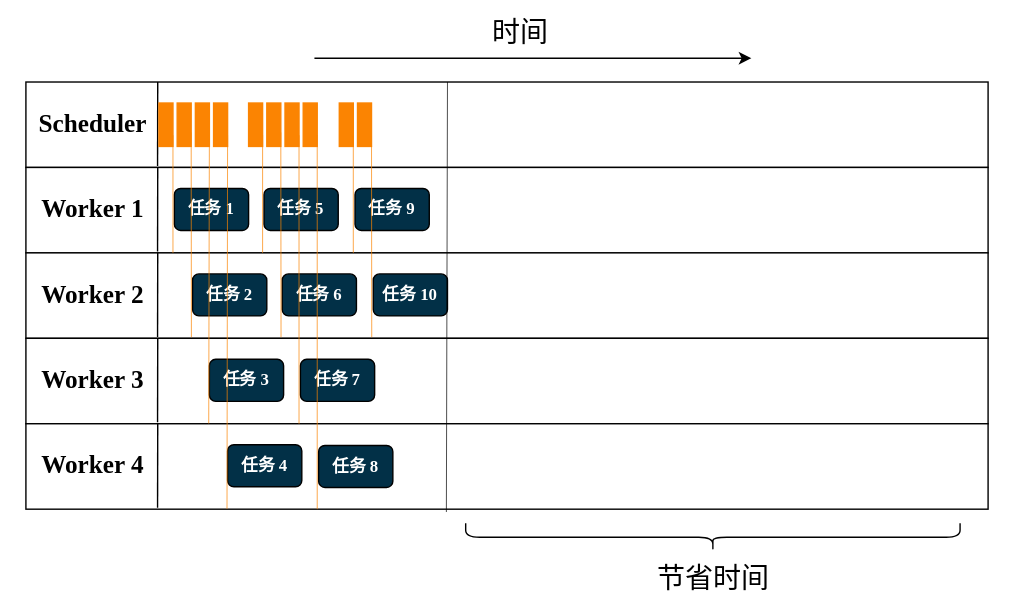
Earlier version of the draw.io export img/ch-intro/distributed-timeline.svg (godaai/scale-py-zh). Source tidied: cells renumbered, new cells last; positions are measured from the earlier drawing's top-left corner, leaving out a move shared by most shapes.
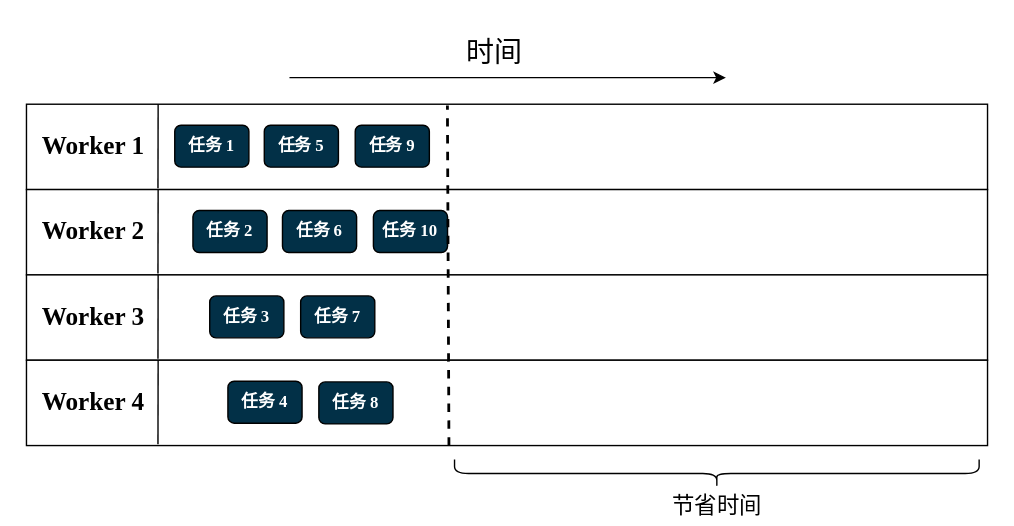
After the commit.

Change to the diagram source:
```diff
@@ -3,19 +3,8 @@
     <mxCell id="0" />
     <mxCell id="1" parent="0" />
     <mxCell id="2" style="rounded=0;whiteSpace=wrap;html=1;strokeColor=none;fillColor=none;" parent="1" vertex="1">
-      <mxGeometry x="-0.5" width="724" height="429" as="geometry" />
+      <mxGeometry y="45" width="724" height="340" as="geometry" />
     </mxCell>
-    <mxCell id="3" style="rounded=0;whiteSpace=wrap;html=1;" parent="1" vertex="1">
-      <mxGeometry x="18" y="58" width="687" height="61" as="geometry" />
-    </mxCell>
-    <mxCell id="4" value="&lt;font style=&quot;font-size: 18px;&quot; face=&quot;Times New Roman&quot;&gt;&lt;b&gt;Scheduler&lt;/b&gt;&lt;br&gt;&lt;/font&gt;" style="text;html=1;strokeColor=none;fillColor=none;align=center;verticalAlign=middle;whiteSpace=wrap;rounded=0;" parent="1" vertex="1">
-      <mxGeometry x="15" y="73" width="102" height="30" as="geometry" />
-    </mxCell>
-    <mxCell id="5" style="endArrow=none;html=1;rounded=0;entryX=0.137;entryY=0;entryDx=0;entryDy=0;entryPerimeter=0;" parent="1" edge="1" target="3">
-      <mxGeometry relative="1" as="geometry">
-        <mxPoint x="112" y="118" as="sourcePoint" />
-      </mxGeometry>
-    </mxCell>
     <mxCell id="6" style="rounded=0;whiteSpace=wrap;html=1;" parent="1" vertex="1">
       <mxGeometry x="18" y="119" width="687" height="61" as="geometry" />
     </mxCell>
@@ -27,13 +16,13 @@
         <mxPoint x="112" y="179" as="sourcePoint" />
       </mxGeometry>
     </mxCell>
-    <mxCell id="9" value="&lt;b style=&quot;border-color: var(--border-color); color: rgb(255, 255, 255); font-family: &amp;quot;Times New Roman&amp;quot;;&quot;&gt;任务&lt;/b&gt;&lt;font color=&quot;#ffffff&quot; face=&quot;Times New Roman&quot;&gt;&lt;b&gt;&amp;nbsp;1&lt;/b&gt;&lt;/font&gt;" style="rounded=1;whiteSpace=wrap;html=1;fillColor=#023047;" parent="1" vertex="1">
+    <mxCell id="9" value="&lt;font color=&quot;#ffffff&quot; face=&quot;Times New Roman&quot;&gt;&lt;b&gt;任务 1&lt;/b&gt;&lt;/font&gt;" style="rounded=1;whiteSpace=wrap;html=1;fillColor=#023047;" parent="1" vertex="1">
       <mxGeometry x="124" y="134" width="53" height="30" as="geometry" />
     </mxCell>
-    <mxCell id="10" value="&lt;b style=&quot;border-color: var(--border-color); color: rgb(255, 255, 255); font-family: &amp;quot;Times New Roman&amp;quot;;&quot;&gt;任务&lt;/b&gt;&lt;font color=&quot;#ffffff&quot; face=&quot;Times New Roman&quot;&gt;&lt;b&gt;&amp;nbsp;5&lt;/b&gt;&lt;/font&gt;" style="rounded=1;whiteSpace=wrap;html=1;fillColor=#023047;" parent="1" vertex="1">
+    <mxCell id="10" value="&lt;font color=&quot;#ffffff&quot; face=&quot;Times New Roman&quot;&gt;&lt;b&gt;任务 5&lt;/b&gt;&lt;/font&gt;" style="rounded=1;whiteSpace=wrap;html=1;fillColor=#023047;" parent="1" vertex="1">
       <mxGeometry x="188" y="134" width="53" height="30" as="geometry" />
     </mxCell>
-    <mxCell id="11" value="&lt;b style=&quot;border-color: var(--border-color); color: rgb(255, 255, 255); font-family: &amp;quot;Times New Roman&amp;quot;;&quot;&gt;任务&lt;/b&gt;&lt;font color=&quot;#ffffff&quot; face=&quot;Times New Roman&quot;&gt;&lt;b&gt;&amp;nbsp;9&lt;br&gt;&lt;/b&gt;&lt;/font&gt;" style="rounded=1;whiteSpace=wrap;html=1;fillColor=#023047;" parent="1" vertex="1">
+    <mxCell id="11" value="&lt;font color=&quot;#ffffff&quot; face=&quot;Times New Roman&quot;&gt;&lt;b&gt;任务 9&lt;br&gt;&lt;/b&gt;&lt;/font&gt;" style="rounded=1;whiteSpace=wrap;html=1;fillColor=#023047;" parent="1" vertex="1">
       <mxGeometry x="253" y="134" width="53" height="30" as="geometry" />
     </mxCell>
     <mxCell id="12" style="rounded=0;whiteSpace=wrap;html=1;" parent="1" vertex="1">
@@ -47,13 +36,13 @@
         <mxPoint x="112" y="240" as="sourcePoint" />
       </mxGeometry>
     </mxCell>
-    <mxCell id="15" value="&lt;b style=&quot;border-color: var(--border-color); color: rgb(255, 255, 255); font-family: &amp;quot;Times New Roman&amp;quot;;&quot;&gt;任务&lt;/b&gt;&lt;font color=&quot;#ffffff&quot; face=&quot;Times New Roman&quot;&gt;&lt;b&gt;&amp;nbsp;2&lt;/b&gt;&lt;/font&gt;" style="rounded=1;whiteSpace=wrap;html=1;fillColor=#023047;" parent="1" vertex="1">
+    <mxCell id="15" value="&lt;font color=&quot;#ffffff&quot; face=&quot;Times New Roman&quot;&gt;&lt;b&gt;任务 2&lt;/b&gt;&lt;/font&gt;" style="rounded=1;whiteSpace=wrap;html=1;fillColor=#023047;" parent="1" vertex="1">
       <mxGeometry x="137" y="195" width="53" height="30" as="geometry" />
     </mxCell>
-    <mxCell id="16" value="&lt;b style=&quot;border-color: var(--border-color); color: rgb(255, 255, 255); font-family: &amp;quot;Times New Roman&amp;quot;;&quot;&gt;任务&lt;/b&gt;&lt;font color=&quot;#ffffff&quot; face=&quot;Times New Roman&quot;&gt;&lt;b&gt;&amp;nbsp;6&lt;/b&gt;&lt;/font&gt;" style="rounded=1;whiteSpace=wrap;html=1;fillColor=#023047;" parent="1" vertex="1">
+    <mxCell id="16" value="&lt;font color=&quot;#ffffff&quot; face=&quot;Times New Roman&quot;&gt;&lt;b&gt;任务 6&lt;/b&gt;&lt;/font&gt;" style="rounded=1;whiteSpace=wrap;html=1;fillColor=#023047;" parent="1" vertex="1">
       <mxGeometry x="201" y="195" width="53" height="30" as="geometry" />
     </mxCell>
-    <mxCell id="17" value="&lt;b style=&quot;border-color: var(--border-color); color: rgb(255, 255, 255); font-family: &amp;quot;Times New Roman&amp;quot;;&quot;&gt;任务&lt;/b&gt;&lt;font color=&quot;#ffffff&quot; face=&quot;Times New Roman&quot;&gt;&lt;b&gt;&amp;nbsp;10&lt;br&gt;&lt;/b&gt;&lt;/font&gt;" style="rounded=1;whiteSpace=wrap;html=1;fillColor=#023047;" parent="1" vertex="1">
+    <mxCell id="17" value="&lt;font color=&quot;#ffffff&quot; face=&quot;Times New Roman&quot;&gt;&lt;b&gt;任务 10&lt;br&gt;&lt;/b&gt;&lt;/font&gt;" style="rounded=1;whiteSpace=wrap;html=1;fillColor=#023047;" parent="1" vertex="1">
       <mxGeometry x="266" y="195" width="53" height="30" as="geometry" />
     </mxCell>
     <mxCell id="18" style="rounded=0;whiteSpace=wrap;html=1;" parent="1" vertex="1">
@@ -67,10 +56,10 @@
         <mxPoint x="112" y="301" as="sourcePoint" />
       </mxGeometry>
     </mxCell>
-    <mxCell id="21" value="&lt;b style=&quot;border-color: var(--border-color); color: rgb(255, 255, 255); font-family: &amp;quot;Times New Roman&amp;quot;;&quot;&gt;任务&lt;/b&gt;&lt;font color=&quot;#ffffff&quot; face=&quot;Times New Roman&quot;&gt;&lt;b&gt;&amp;nbsp;3&lt;/b&gt;&lt;/font&gt;" style="rounded=1;whiteSpace=wrap;html=1;fillColor=#023047;" parent="1" vertex="1">
+    <mxCell id="21" value="&lt;font color=&quot;#ffffff&quot; face=&quot;Times New Roman&quot;&gt;&lt;b&gt;任务 3&lt;/b&gt;&lt;/font&gt;" style="rounded=1;whiteSpace=wrap;html=1;fillColor=#023047;" parent="1" vertex="1">
       <mxGeometry x="149" y="256" width="53" height="30" as="geometry" />
     </mxCell>
-    <mxCell id="22" value="&lt;b style=&quot;border-color: var(--border-color); color: rgb(255, 255, 255); font-family: &amp;quot;Times New Roman&amp;quot;;&quot;&gt;任务&lt;/b&gt;&lt;font color=&quot;#ffffff&quot; face=&quot;Times New Roman&quot;&gt;&lt;b&gt;&amp;nbsp;7&lt;/b&gt;&lt;/font&gt;" style="rounded=1;whiteSpace=wrap;html=1;fillColor=#023047;" parent="1" vertex="1">
+    <mxCell id="22" value="&lt;font color=&quot;#ffffff&quot; face=&quot;Times New Roman&quot;&gt;&lt;b&gt;任务 7&lt;/b&gt;&lt;/font&gt;" style="rounded=1;whiteSpace=wrap;html=1;fillColor=#023047;" parent="1" vertex="1">
       <mxGeometry x="214" y="256" width="53" height="30" as="geometry" />
     </mxCell>
     <mxCell id="23" style="rounded=0;whiteSpace=wrap;html=1;" parent="1" vertex="1">
@@ -84,120 +73,31 @@
         <mxPoint x="112" y="362" as="sourcePoint" />
       </mxGeometry>
     </mxCell>
-    <mxCell id="26" value="&lt;b style=&quot;border-color: var(--border-color); color: rgb(255, 255, 255); font-family: &amp;quot;Times New Roman&amp;quot;;&quot;&gt;任务&lt;/b&gt;&lt;font color=&quot;#ffffff&quot; face=&quot;Times New Roman&quot;&gt;&lt;b&gt;&amp;nbsp;4&lt;/b&gt;&lt;/font&gt;" style="rounded=1;whiteSpace=wrap;html=1;fillColor=#023047;" parent="1" vertex="1">
+    <mxCell id="26" value="&lt;font color=&quot;#ffffff&quot; face=&quot;Times New Roman&quot;&gt;&lt;b&gt;任务 4&lt;/b&gt;&lt;/font&gt;" style="rounded=1;whiteSpace=wrap;html=1;fillColor=#023047;" parent="1" vertex="1">
       <mxGeometry x="162" y="317" width="53" height="30" as="geometry" />
     </mxCell>
-    <mxCell id="27" value="&lt;b style=&quot;border-color: var(--border-color); color: rgb(255, 255, 255); font-family: &amp;quot;Times New Roman&amp;quot;;&quot;&gt;任务&lt;/b&gt;&lt;font color=&quot;#ffffff&quot; face=&quot;Times New Roman&quot;&gt;&lt;b&gt;&amp;nbsp;8&lt;/b&gt;&lt;/font&gt;" style="rounded=1;whiteSpace=wrap;html=1;fillColor=#023047;" parent="1" vertex="1">
+    <mxCell id="27" value="&lt;font color=&quot;#ffffff&quot; face=&quot;Times New Roman&quot;&gt;&lt;b&gt;任务 8&lt;/b&gt;&lt;/font&gt;" style="rounded=1;whiteSpace=wrap;html=1;fillColor=#023047;" parent="1" vertex="1">
       <mxGeometry x="227" y="317.5" width="53" height="30" as="geometry" />
     </mxCell>
-    <mxCell id="28" style="rounded=0;whiteSpace=wrap;html=1;fillColor=#FB8402;strokeColor=#FB8402;" parent="1" vertex="1">
-      <mxGeometry x="113" y="73" width="10" height="31" as="geometry" />
-    </mxCell>
-    <mxCell id="29" style="endArrow=none;html=1;rounded=0;strokeColor=#FB8402;strokeWidth=0.5;" parent="1" edge="1">
-      <mxGeometry relative="1" as="geometry">
-        <mxPoint x="123" y="180" as="sourcePoint" />
-        <mxPoint x="123" y="96" as="targetPoint" />
-      </mxGeometry>
-    </mxCell>
-    <mxCell id="30" style="rounded=0;whiteSpace=wrap;html=1;fillColor=#FB8402;strokeColor=#FB8402;" parent="1" vertex="1">
-      <mxGeometry x="126" y="73" width="10" height="31" as="geometry" />
-    </mxCell>
-    <mxCell id="31" style="endArrow=none;html=1;rounded=0;strokeColor=#FB8402;strokeWidth=0.5;exitX=0.172;exitY=1.02;exitDx=0;exitDy=0;exitPerimeter=0;" parent="1" edge="1">
-      <mxGeometry relative="1" as="geometry">
-        <mxPoint x="136.2" y="240.2" as="sourcePoint" />
-        <mxPoint x="136" y="94" as="targetPoint" />
-      </mxGeometry>
-    </mxCell>
-    <mxCell id="32" style="rounded=0;whiteSpace=wrap;html=1;fillColor=#FB8402;strokeColor=#FB8402;" parent="1" vertex="1">
-      <mxGeometry x="139" y="73" width="10" height="31" as="geometry" />
-    </mxCell>
-    <mxCell id="33" style="endArrow=none;html=1;rounded=0;strokeColor=#FB8402;strokeWidth=0.5;exitX=0.19;exitY=0.997;exitDx=0;exitDy=0;exitPerimeter=0;" parent="1" edge="1" source="18">
-      <mxGeometry relative="1" as="geometry">
-        <mxPoint x="149" y="96" as="targetPoint" />
-      </mxGeometry>
-    </mxCell>
-    <mxCell id="34" style="rounded=0;whiteSpace=wrap;html=1;fillColor=#FB8402;strokeColor=#FB8402;" parent="1" vertex="1">
-      <mxGeometry x="152" y="73" width="10" height="31" as="geometry" />
-    </mxCell>
-    <mxCell id="35" style="endArrow=none;html=1;rounded=0;strokeColor=#FB8402;strokeWidth=0.5;exitX=0.209;exitY=0.996;exitDx=0;exitDy=0;exitPerimeter=0;" parent="1" edge="1" source="23">
-      <mxGeometry relative="1" as="geometry">
-        <mxPoint x="162" y="96" as="targetPoint" />
-      </mxGeometry>
-    </mxCell>
-    <mxCell id="36" style="rounded=0;whiteSpace=wrap;html=1;fillColor=#FB8402;strokeColor=#FB8402;" parent="1" vertex="1">
-      <mxGeometry x="177" y="73" width="10" height="31" as="geometry" />
-    </mxCell>
-    <mxCell id="37" style="endArrow=none;html=1;rounded=0;strokeColor=#FB8402;strokeWidth=0.5;" parent="1" edge="1">
-      <mxGeometry relative="1" as="geometry">
-        <mxPoint x="187" y="180" as="sourcePoint" />
-        <mxPoint x="187" y="96" as="targetPoint" />
-      </mxGeometry>
-    </mxCell>
-    <mxCell id="38" style="rounded=0;whiteSpace=wrap;html=1;fillColor=#FB8402;strokeColor=#FB8402;" parent="1" vertex="1">
-      <mxGeometry x="190" y="73" width="10" height="31" as="geometry" />
-    </mxCell>
-    <mxCell id="39" style="endArrow=none;html=1;rounded=0;strokeColor=#FB8402;strokeWidth=0.5;exitX=0.172;exitY=1.02;exitDx=0;exitDy=0;exitPerimeter=0;" parent="1" edge="1">
-      <mxGeometry relative="1" as="geometry">
-        <mxPoint x="200.2" y="240.2" as="sourcePoint" />
-        <mxPoint x="200" y="94" as="targetPoint" />
-      </mxGeometry>
-    </mxCell>
-    <mxCell id="40" style="rounded=0;whiteSpace=wrap;html=1;fillColor=#FB8402;strokeColor=#FB8402;" parent="1" vertex="1">
-      <mxGeometry x="203" y="73" width="10" height="31" as="geometry" />
-    </mxCell>
-    <mxCell id="41" style="endArrow=none;html=1;rounded=0;strokeColor=#FB8402;strokeWidth=0.5;exitX=0.19;exitY=0.997;exitDx=0;exitDy=0;exitPerimeter=0;" parent="1" edge="1">
-      <mxGeometry relative="1" as="geometry">
-        <mxPoint x="213" y="302" as="sourcePoint" />
-        <mxPoint x="213" y="96" as="targetPoint" />
-      </mxGeometry>
-    </mxCell>
-    <mxCell id="42" style="rounded=0;whiteSpace=wrap;html=1;fillColor=#FB8402;strokeColor=#FB8402;" parent="1" vertex="1">
-      <mxGeometry x="216" y="73" width="10" height="31" as="geometry" />
-    </mxCell>
-    <mxCell id="43" style="endArrow=none;html=1;rounded=0;strokeColor=#FB8402;strokeWidth=0.5;exitX=0.209;exitY=0.996;exitDx=0;exitDy=0;exitPerimeter=0;" parent="1" edge="1">
-      <mxGeometry relative="1" as="geometry">
-        <mxPoint x="226" y="363" as="sourcePoint" />
-        <mxPoint x="226" y="96" as="targetPoint" />
-      </mxGeometry>
-    </mxCell>
-    <mxCell id="44" style="rounded=0;whiteSpace=wrap;html=1;fillColor=#FB8402;strokeColor=#FB8402;" parent="1" vertex="1">
-      <mxGeometry x="241.8" y="73" width="10" height="31" as="geometry" />
-    </mxCell>
-    <mxCell id="45" style="endArrow=none;html=1;rounded=0;strokeColor=#FB8402;strokeWidth=0.5;" parent="1" edge="1">
-      <mxGeometry relative="1" as="geometry">
-        <mxPoint x="251.8" y="180" as="sourcePoint" />
-        <mxPoint x="251.8" y="96" as="targetPoint" />
-      </mxGeometry>
-    </mxCell>
-    <mxCell id="46" style="rounded=0;whiteSpace=wrap;html=1;fillColor=#FB8402;strokeColor=#FB8402;" parent="1" vertex="1">
-      <mxGeometry x="254.8" y="73" width="10" height="31" as="geometry" />
-    </mxCell>
-    <mxCell id="47" style="endArrow=none;html=1;rounded=0;strokeColor=#FB8402;strokeWidth=0.5;exitX=0.172;exitY=1.02;exitDx=0;exitDy=0;exitPerimeter=0;" parent="1" edge="1">
-      <mxGeometry relative="1" as="geometry">
-        <mxPoint x="264.9" y="240.2" as="sourcePoint" />
-        <mxPoint x="264.8" y="94" as="targetPoint" />
-      </mxGeometry>
-    </mxCell>
     <mxCell id="48" value="时间" style="text;html=1;strokeColor=none;fillColor=none;align=center;verticalAlign=middle;whiteSpace=wrap;rounded=0;fontFamily=Times New Roman;fontSize=20;horizontal=1;" parent="1" vertex="1">
-      <mxGeometry x="341" y="7" width="60" height="30" as="geometry" />
+      <mxGeometry x="323" y="66" width="60" height="30" as="geometry" />
     </mxCell>
-    <mxCell id="49" style="endArrow=classic;html=1;rounded=0;fontSize=24;fontFamily=Times New Roman;" parent="1" edge="1">
-      <mxGeometry relative="1" as="geometry">
-        <mxPoint x="224" y="41" as="sourcePoint" />
-        <mxPoint x="536" y="41" as="targetPoint" />
-      </mxGeometry>
-    </mxCell>
-    <mxCell id="50" style="endArrow=none;html=1;rounded=0;strokeColor=#000000;strokeWidth=0.5;exitX=0.437;exitY=1.066;exitDx=0;exitDy=0;exitPerimeter=0;" parent="1" edge="1">
-      <mxGeometry relative="1" as="geometry">
-        <mxPoint x="318.2" y="365" as="sourcePoint" />
-        <mxPoint x="319" y="58" as="targetPoint" />
-      </mxGeometry>
-    </mxCell>
-    <mxCell id="51" style="shape=curlyBracket;whiteSpace=wrap;html=1;rounded=1;labelPosition=left;verticalLabelPosition=middle;align=right;verticalAlign=middle;direction=north;" parent="1" vertex="1">
-      <mxGeometry x="332" y="373" width="353" height="20" as="geometry" />
-    </mxCell>
+    <mxCell id="53" style="endArrow=classic;html=1;rounded=0;fontSize=24;fontFamily=Times New Roman;" parent="1" edge="1">
+      <mxGeometry relative="1" as="geometry">
+        <mxPoint x="206" y="100" as="sourcePoint" />
+        <mxPoint x="518" y="100" as="targetPoint" />
+      </mxGeometry>
+    </mxCell>
+    <mxCell id="54" style="endArrow=none;html=1;rounded=0;entryX=0.438;entryY=0.016;entryDx=0;entryDy=0;entryPerimeter=0;dashed=1;strokeWidth=2;" parent="1" edge="1" target="6">
+      <mxGeometry relative="1" as="geometry">
+        <mxPoint x="320" y="363" as="sourcePoint" />
+      </mxGeometry>
+    </mxCell>
+    <mxCell id="55" style="shape=curlyBracket;whiteSpace=wrap;html=1;rounded=1;labelPosition=left;verticalLabelPosition=middle;align=right;verticalAlign=middle;direction=north;" parent="1" vertex="1">
+      <mxGeometry x="324" y="373" width="375" height="20" as="geometry" />
+    </mxCell>
-    <mxCell id="52" value="节省时间" style="text;html=1;strokeColor=none;fillColor=none;align=center;verticalAlign=middle;whiteSpace=wrap;rounded=0;fontFamily=Times New Roman;fontSize=20;horizontal=1;" parent="1" vertex="1">
-      <mxGeometry x="462.8" y="397" width="91.5" height="30" as="geometry" />
+    <mxCell id="52" value="&lt;span style=&quot;font-size: 16px;&quot;&gt;节省时间&lt;/span&gt;" style="text;html=1;strokeColor=none;fillColor=none;align=center;verticalAlign=middle;whiteSpace=wrap;rounded=0;" parent="1" vertex="1">
+      <mxGeometry x="438.5" y="391" width="146" height="30" as="geometry" />
     </mxCell>
   </root>
 </mxGraphModel>
```
